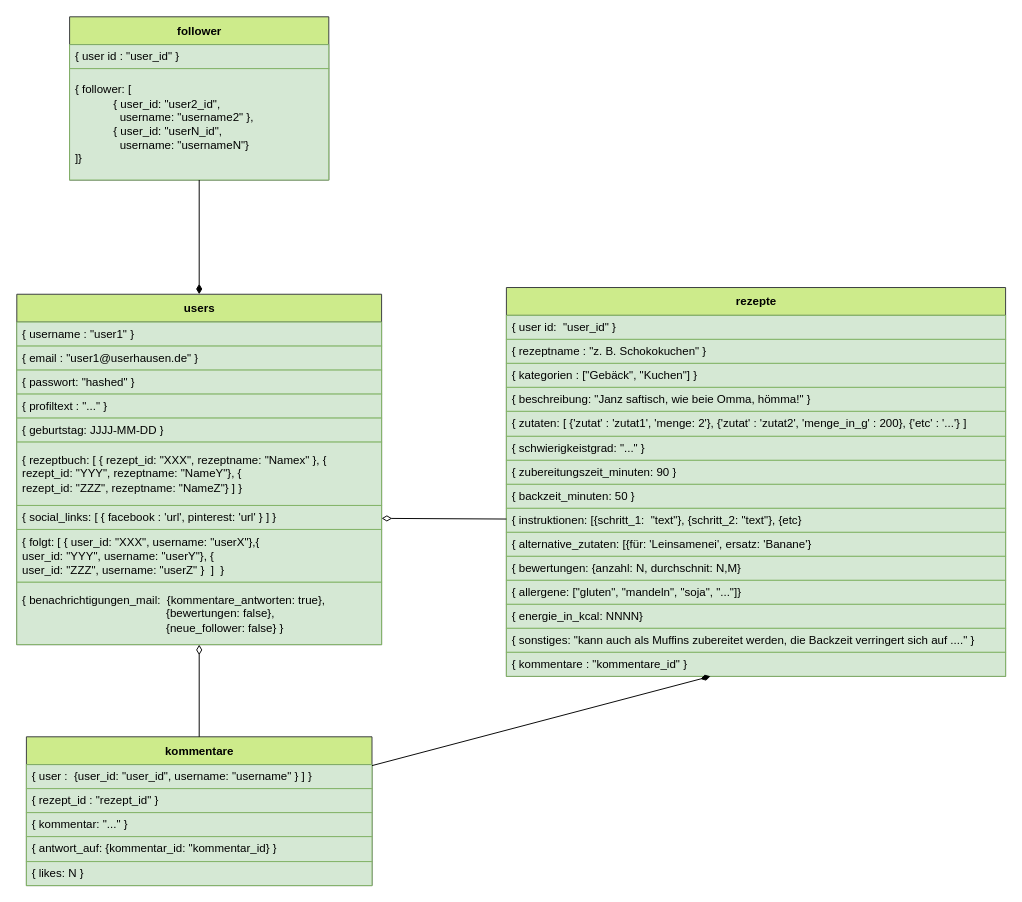
The draw.io diagram klassendiagramm.drawio in MaPankow/MongoDB_Rezepte_Social_Network, before the edit. Source tidied: cells renumbered, new cells numbered last; positions are measured from the earlier drawing's top-left corner, leaving out a move shared by most shapes. Both pictures are drawn from the tidied source at 96%, with x=0, y=0 at pixel (16, 16).
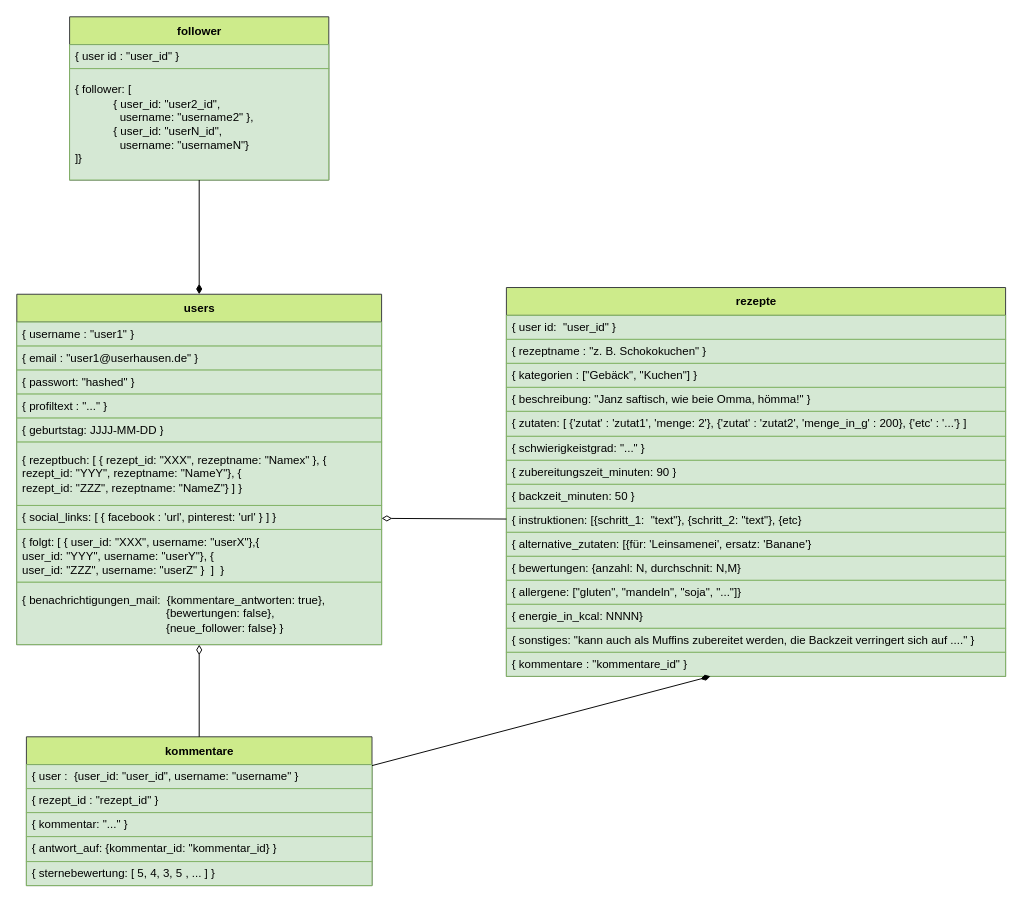
After the change.

Unchanged cells that the change refers to:
```xml
<mxCell id="31" value="kommentare" style="swimlane;fontStyle=1;align=center;verticalAlign=middle;horizontal=1;startSize=29;html=1;fillColor=#cdeb8b;strokeColor=#36393d;" parent="1" vertex="1">
  <mxGeometry x="10" y="750" width="360" height="155" as="geometry" />
</mxCell>
```

The edit, as a diff of the source:
```diff
@@
-    <mxCell id="32" value="{ user :&amp;nbsp; {user_id: &quot;user_id&quot;, username: &quot;username&quot; } ] }" style="text;html=1;strokeColor=#82b366;fillColor=#d5e8d4;align=left;verticalAlign=middle;spacingLeft=4;spacingRight=4;overflow=hidden;" parent="31" vertex="1">
+    <mxCell id="32" value="{ user :&amp;nbsp; {user_id: &quot;user_id&quot;, username: &quot;username&quot; }&amp;nbsp;" style="text;html=1;strokeColor=#82b366;fillColor=#d5e8d4;align=left;verticalAlign=middle;spacingLeft=4;spacingRight=4;overflow=hidden;" parent="31" vertex="1">
       <mxGeometry y="29" width="360" height="25" as="geometry" />
     </mxCell>
@@
-    <mxCell id="36" value="{ likes: N }" style="text;html=1;strokeColor=#82b366;fillColor=#d5e8d4;align=left;verticalAlign=middle;spacingLeft=4;spacingRight=4;overflow=hidden;" parent="31" vertex="1">
+    <mxCell id="36" value="{ sternebewertung: [ 5, 4, 3, 5 , ... ] }" style="text;html=1;strokeColor=#82b366;fillColor=#d5e8d4;align=left;verticalAlign=middle;spacingLeft=4;spacingRight=4;overflow=hidden;" parent="31" vertex="1">
       <mxGeometry y="130" width="360" height="25" as="geometry" />
     </mxCell>
```
